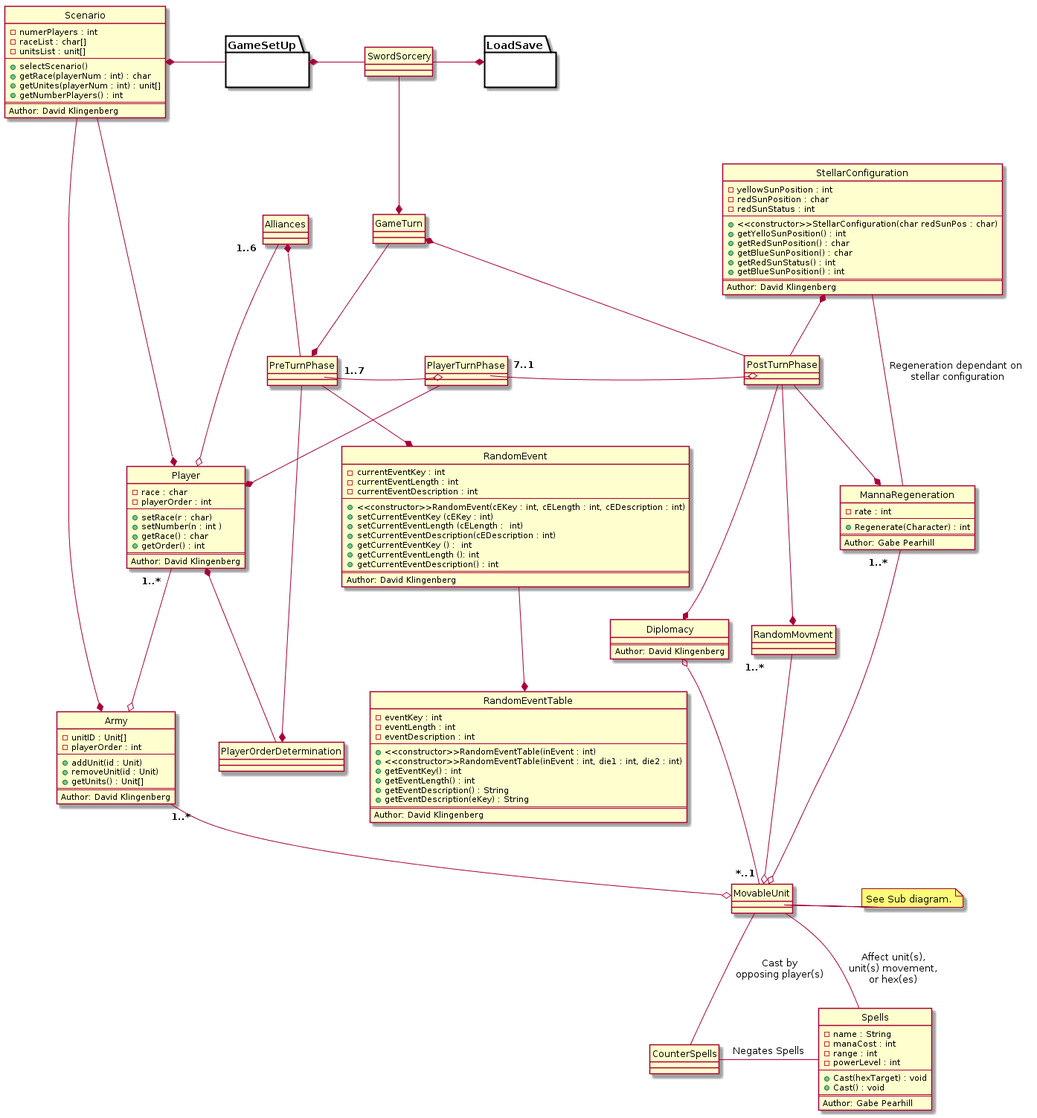
Earlier version of the PlantUML export src/ClassDiagrams/SubTeam_David_ Gabe_Class Diagram.png (bigwookiee/CS383).
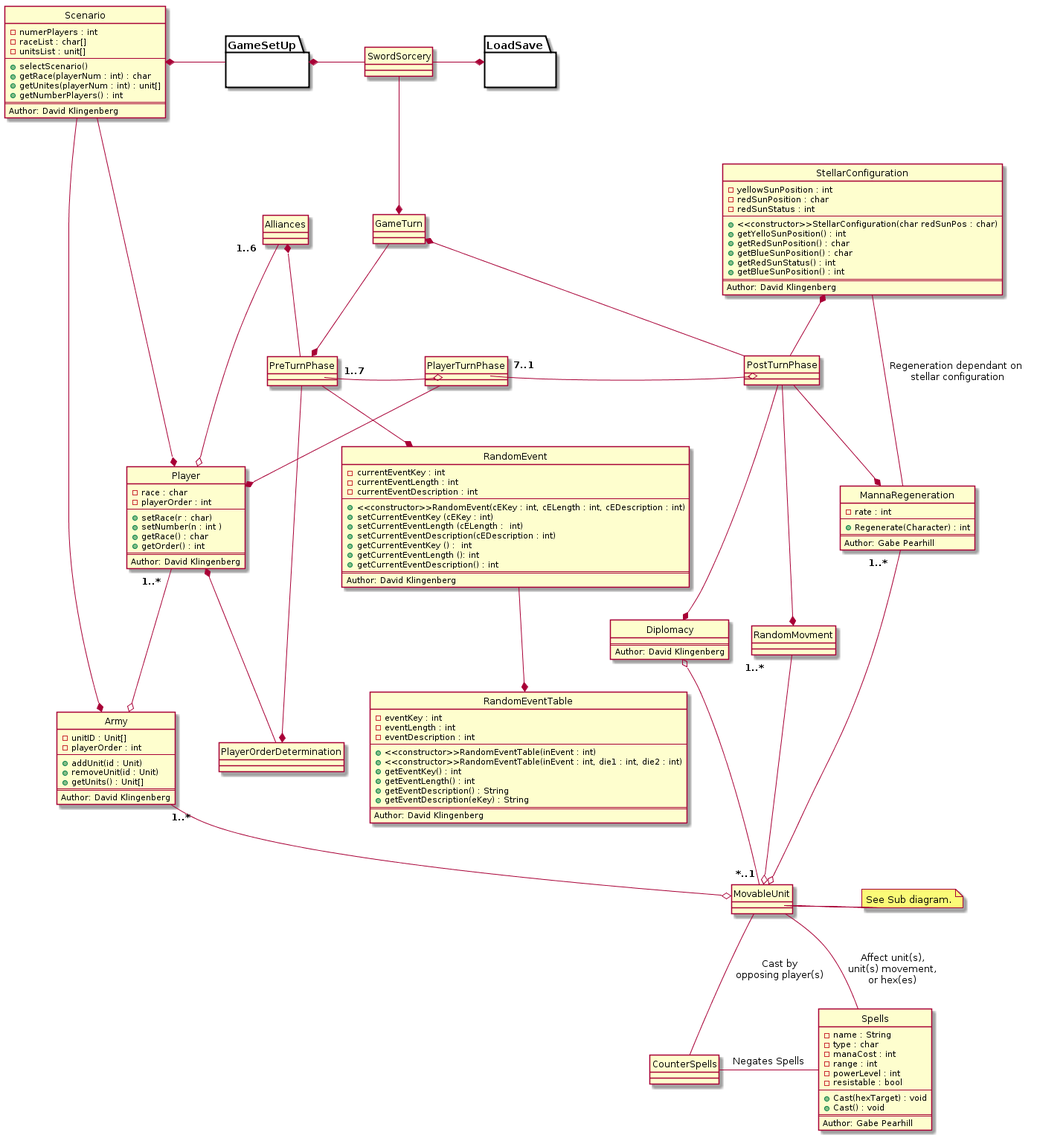
Later version of the same file.

Commit message:
Made a few corrections/tweaks to the Diagram.

Specifically I updated the magic class with the new information I
discovered while building the Spell Summary Table.

Change to the diagram source:
```diff
@@ -95,9 +95,11 @@
 class GameTurn
 class Spells{
 	-name : String
+	-type : char
   	-manaCost : int
    	-range : int
    	-powerLevel : int
+   	-resistable : bool
    	--
    	+Cast(hexTarget) : void
    	+Cast() : void
```
